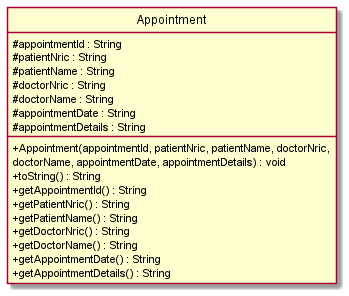
Before: docs/diagrams/AppointmentUML.png, a diagram exported from PlantUML (nus-cs2113-AY2122S2/tp).
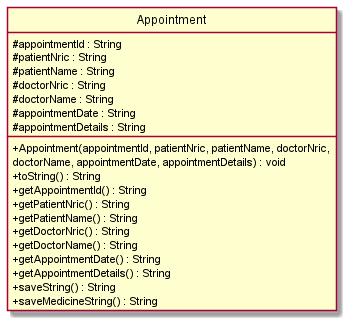
After the commit.

Commit message:
Update appt and apptList UML images to reflect new methods

Diff of the diagram source:
```diff
@@ -19,6 +19,8 @@
 +getDoctorName() : String
 +getAppointmentDate() : String
 +getAppointmentDetails() : String
++saveString() : String
++saveMedicineString() : String
 }
 
 @enduml
```
